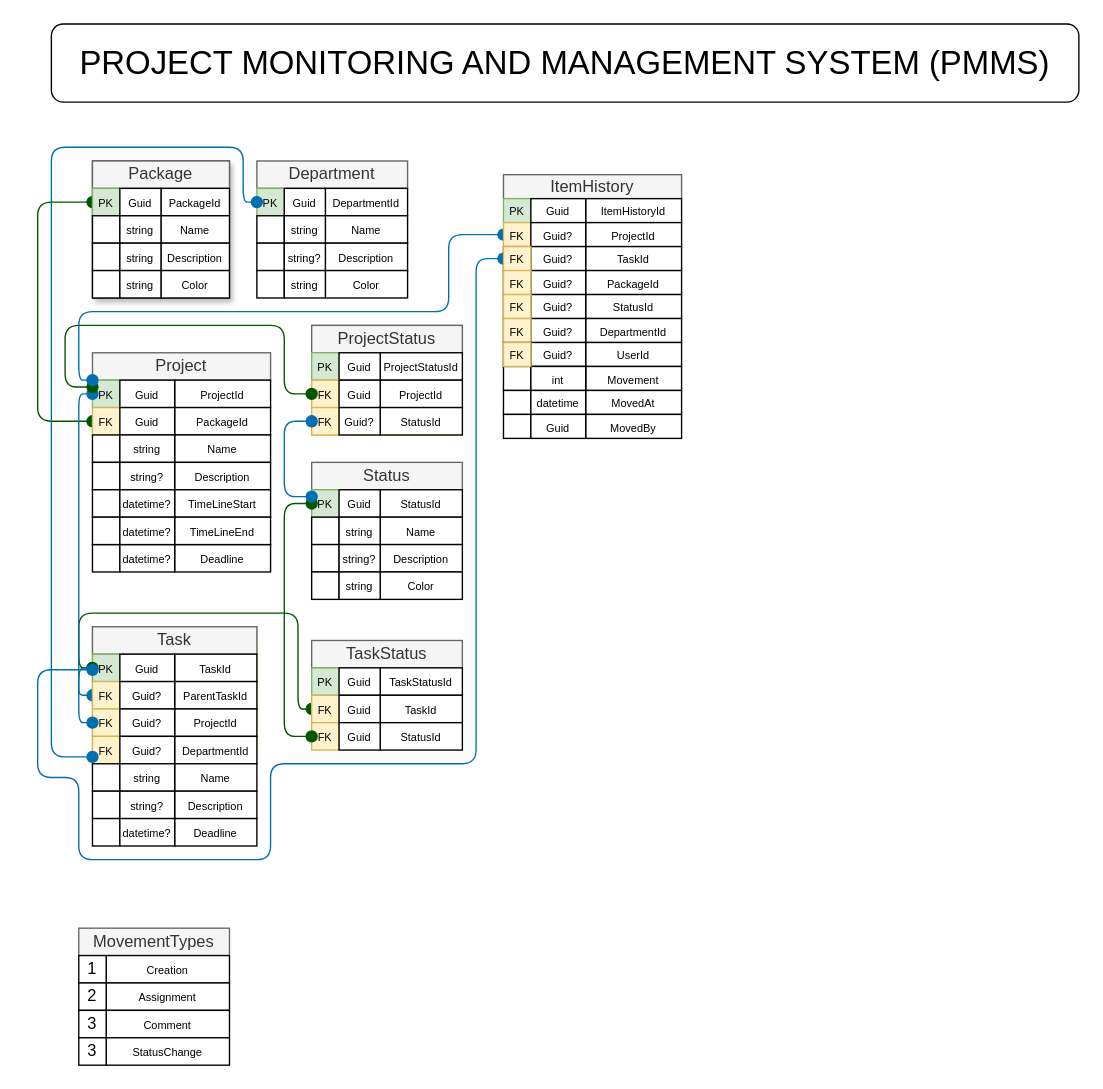
Above: Untitled Diagram.drawio in B0bUy/ProjectMonitoringSystem_Server (draw.io), before the change. Source tidied: cells renumbered, new cells numbered last; positions are measured from the earlier drawing's top-left corner, leaving out a move shared by most shapes. Both pictures are drawn from the tidied source at 137%, with x=0, y=0 at pixel (37, 23).
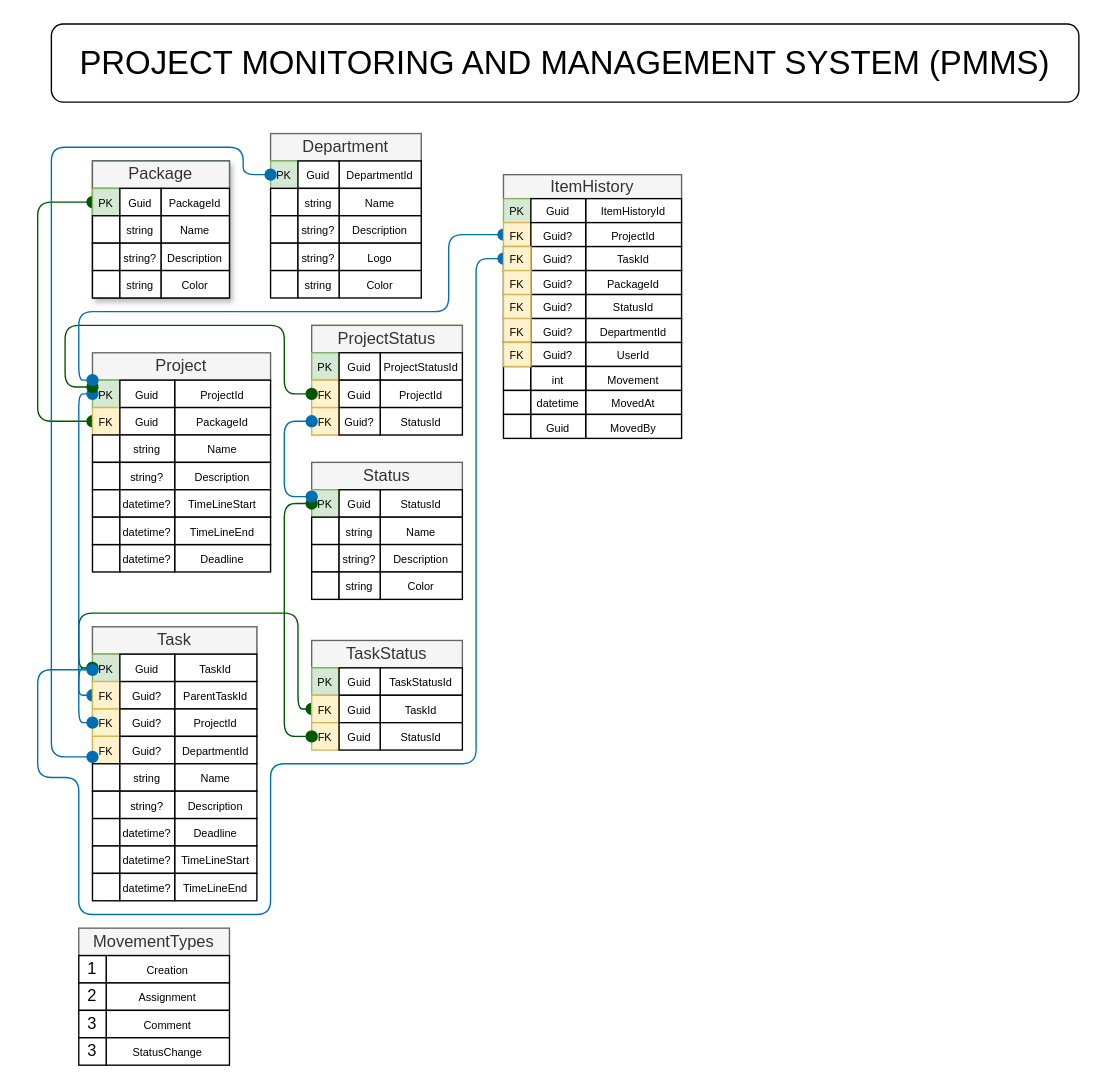
The same page after the edit.

Unchanged cells that the change refers to:
```xml
<mxCell id="3" style="group;shadow=1;fillColor=#008a00;fontColor=#ffffff;strokeColor=#005700;" parent="1" vertex="1">
  <mxGeometry x="40" y="100" width="100" height="100" as="geometry" />
</mxCell>
<mxCell id="45" value="&lt;font style=&quot;font-size: 8px;&quot;&gt;PK&lt;/font&gt;" style="rounded=0;whiteSpace=wrap;html=1;fillColor=#d5e8d4;strokeColor=#82b366;" parent="42" vertex="1">
  <mxGeometry y="20" width="20" height="20" as="geometry" />
</mxCell>
<mxCell id="95" value="&lt;span style=&quot;font-size: 8px;&quot;&gt;FK&lt;/span&gt;" style="rounded=0;whiteSpace=wrap;html=1;fillColor=#fff2cc;strokeColor=#d6b656;" parent="82" vertex="1">
  <mxGeometry y="80" width="20" height="20" as="geometry" />
</mxCell>
<mxCell id="126" style="group;" parent="125" vertex="1">
  <mxGeometry width="130" height="122.5" as="geometry" />
</mxCell>
<mxCell id="147" value="&lt;font style=&quot;font-size: 8px;&quot;&gt;FK&lt;/font&gt;" style="rounded=0;whiteSpace=wrap;html=1;fillColor=#fff2cc;strokeColor=#d6b656;" parent="126" vertex="1">
  <mxGeometry y="52.5" width="20" height="17.5" as="geometry" />
</mxCell>
```

Change to the diagram source:
```diff
@@
-    <mxCell id="14" value="&lt;font style=&quot;font-size: 8px;&quot;&gt;string&lt;/font&gt;" style="rounded=0;whiteSpace=wrap;html=1;" parent="3" vertex="1">
+    <mxCell id="14" value="&lt;font style=&quot;font-size: 8px;&quot;&gt;string?&lt;/font&gt;" style="rounded=0;whiteSpace=wrap;html=1;" parent="3" vertex="1">
       <mxGeometry x="20" y="60" width="30" height="20" as="geometry" />
     </mxCell>
@@
     <mxCell id="42" style="group;" parent="1" vertex="1">
-      <mxGeometry x="160" y="100" width="110" height="100" as="geometry" />
+      <mxGeometry x="170" y="80" width="110" height="100" as="geometry" />
     </mxCell>
@@
-    <mxCell id="53" value="&lt;font style=&quot;font-size: 8px;&quot;&gt;Color&lt;/font&gt;" style="rounded=0;whiteSpace=wrap;html=1;" parent="42" vertex="1">
+    <mxCell id="53" value="&lt;font style=&quot;font-size: 8px;&quot;&gt;Logo&lt;/font&gt;" style="rounded=0;whiteSpace=wrap;html=1;" parent="42" vertex="1">
       <mxGeometry x="50" y="80" width="60" height="20" as="geometry" />
     </mxCell>
@@
-    <mxCell id="55" value="&lt;font style=&quot;font-size: 8px;&quot;&gt;string&lt;/font&gt;" style="rounded=0;whiteSpace=wrap;html=1;" parent="42" vertex="1">
+    <mxCell id="55" value="&lt;font style=&quot;font-size: 8px;&quot;&gt;string?&lt;/font&gt;" style="rounded=0;whiteSpace=wrap;html=1;" parent="42" vertex="1">
       <mxGeometry x="20" y="80" width="30" height="20" as="geometry" />
     </mxCell>
@@
     <mxCell id="120" style="edgeStyle=orthogonalEdgeStyle;shape=connector;curved=0;rounded=1;jettySize=auto;html=1;exitX=0;exitY=0.75;exitDx=0;exitDy=0;entryX=0;entryY=0.5;entryDx=0;entryDy=0;strokeColor=#006EAF;align=center;verticalAlign=middle;fontFamily=Helvetica;fontSize=12;fontColor=default;labelBackgroundColor=default;startArrow=oval;startFill=1;startSize=8;endArrow=oval;endFill=1;endSize=8;fillColor=#1ba1e2;" parent="1" edge="1" source="95" target="45">
       <mxGeometry relative="1" as="geometry">
         <Array as="points">
           <mxPoint x="10" y="535" />
           <mxPoint x="10" y="90" />
           <mxPoint x="150" y="90" />
-          <mxPoint x="150" y="130" />
+          <mxPoint x="150" y="110" />
+          <mxPoint x="170" y="110" />
         </Array>
       </mxGeometry>
     </mxCell>
@@
     <mxCell id="146" style="edgeStyle=orthogonalEdgeStyle;shape=connector;curved=0;rounded=1;jettySize=auto;html=1;exitX=0;exitY=0.5;exitDx=0;exitDy=0;strokeColor=#006EAF;align=center;verticalAlign=middle;fontFamily=Helvetica;fontSize=12;fontColor=default;labelBackgroundColor=default;startArrow=oval;startFill=1;startSize=8;endArrow=oval;endFill=1;endSize=8;fillColor=#1ba1e2;" parent="126" edge="1" source="147">
       <mxGeometry relative="1" as="geometry">
         <mxPoint x="-300" y="361.4" as="targetPoint" />
         <Array as="points">
           <mxPoint x="-20" y="61" />
           <mxPoint x="-20" y="430" />
           <mxPoint x="-170" y="430" />
-          <mxPoint x="-170" y="500" />
-          <mxPoint x="-310" y="500" />
+          <mxPoint x="-170" y="540" />
+          <mxPoint x="-310" y="540" />
           <mxPoint x="-310" y="440" />
           <mxPoint x="-340" y="440" />
           <mxPoint x="-340" y="361" />
         </Array>
       </mxGeometry>
     </mxCell>
@@
+    <mxCell id="175" value="&lt;font style=&quot;font-size: 8px;&quot;&gt;Color&lt;/font&gt;" style="rounded=0;whiteSpace=wrap;html=1;" parent="1" vertex="1">
+      <mxGeometry x="220" y="180" width="60" height="20" as="geometry" />
+    </mxCell>
+    <mxCell id="176" style="rounded=0;whiteSpace=wrap;html=1;" parent="1" vertex="1">
+      <mxGeometry x="170" y="180" width="20" height="20" as="geometry" />
+    </mxCell>
+    <mxCell id="177" value="&lt;font style=&quot;font-size: 8px;&quot;&gt;string&lt;/font&gt;" style="rounded=0;whiteSpace=wrap;html=1;" parent="1" vertex="1">
+      <mxGeometry x="190" y="180" width="30" height="20" as="geometry" />
+    </mxCell>
+    <mxCell id="178" value="&lt;span style=&quot;font-size: 8px;&quot;&gt;TimeLineStart&lt;/span&gt;" style="rounded=0;whiteSpace=wrap;html=1;" parent="1" vertex="1">
+      <mxGeometry x="100" y="600" width="60" height="20" as="geometry" />
+    </mxCell>
+    <mxCell id="179" style="rounded=0;whiteSpace=wrap;html=1;" parent="1" vertex="1">
+      <mxGeometry x="40" y="600" width="20" height="20" as="geometry" />
+    </mxCell>
+    <mxCell id="180" value="&lt;span style=&quot;font-size: 8px;&quot;&gt;datetime?&lt;/span&gt;" style="rounded=0;whiteSpace=wrap;html=1;" parent="1" vertex="1">
+      <mxGeometry x="60" y="600" width="40" height="20" as="geometry" />
+    </mxCell>
+    <mxCell id="181" value="&lt;span style=&quot;font-size: 8px;&quot;&gt;TimeLineEnd&lt;/span&gt;" style="rounded=0;whiteSpace=wrap;html=1;" parent="1" vertex="1">
+      <mxGeometry x="100" y="620" width="60" height="20" as="geometry" />
+    </mxCell>
+    <mxCell id="182" style="rounded=0;whiteSpace=wrap;html=1;" parent="1" vertex="1">
+      <mxGeometry x="40" y="620" width="20" height="20" as="geometry" />
+    </mxCell>
+    <mxCell id="183" value="&lt;span style=&quot;font-size: 8px;&quot;&gt;datetime?&lt;/span&gt;" style="rounded=0;whiteSpace=wrap;html=1;" parent="1" vertex="1">
+      <mxGeometry x="60" y="620" width="40" height="20" as="geometry" />
+    </mxCell>
```
